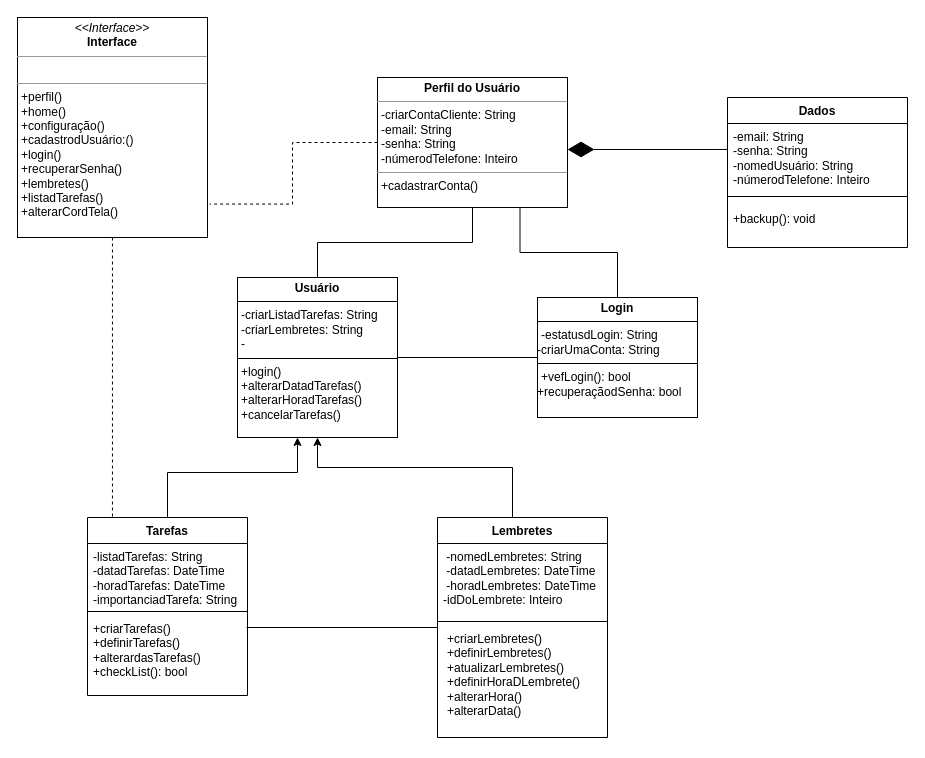
ICEI-PUC-Minas-PMV-ADS/pmv-ads-2024-1-e2-proj-int-t3-grupo03 keeps this draw.io diagram as docs/img/Diagrama de classe.drawio. Above is the earlier version. Source tidied: cells renumbered, new cells numbered last; positions are measured from the earlier drawing's top-left corner, leaving out a move shared by most shapes. Both pictures are drawn from the tidied source at 100%, with x=0, y=0 at pixel (17, 17).
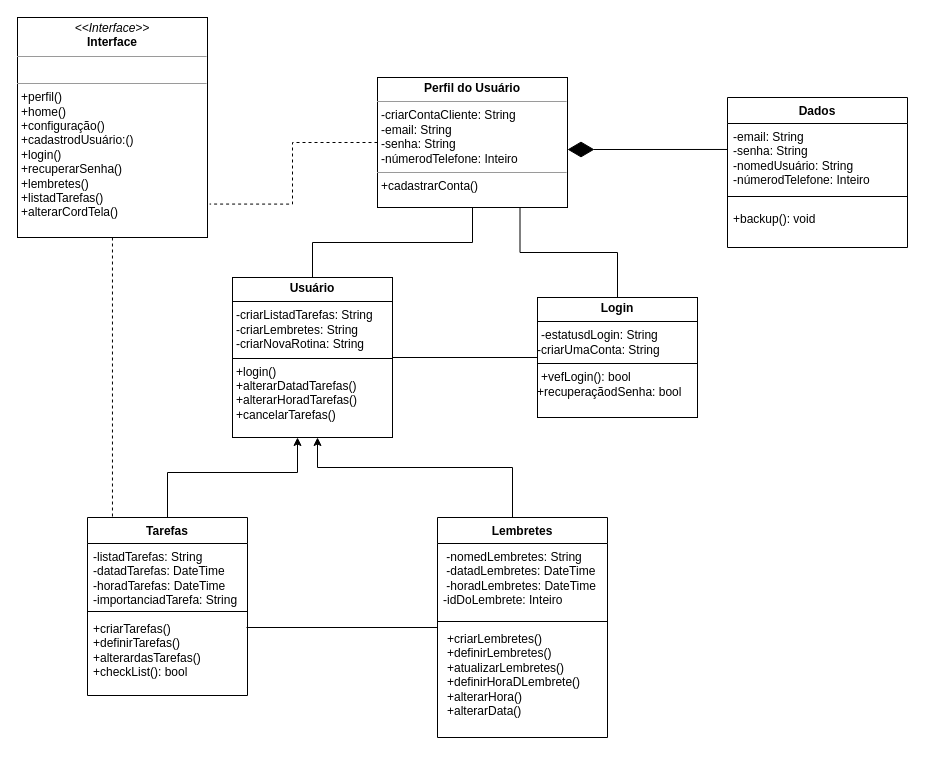
The same diagram, later.

Commit message:
Diagrama de classe KIPA.drawio

Diff of the diagram source:
```diff
@@
-    <mxCell id="17" value="&lt;p style=&quot;margin:0px;margin-top:4px;text-align:center;&quot;&gt;&lt;b&gt;Usuário&lt;/b&gt;&lt;/p&gt;&lt;hr size=&quot;1&quot; style=&quot;border-style:solid;&quot;&gt;&lt;p style=&quot;margin:0px;margin-left:4px;&quot;&gt;&lt;span style=&quot;background-color: initial;&quot;&gt;-criarListadTarefas: String&lt;/span&gt;&lt;br&gt;&lt;/p&gt;&lt;p style=&quot;margin:0px;margin-left:4px;&quot;&gt;-criarLembretes: String&lt;/p&gt;&lt;p style=&quot;margin:0px;margin-left:4px;&quot;&gt;-&lt;/p&gt;&lt;hr size=&quot;1&quot; style=&quot;border-style:solid;&quot;&gt;&lt;p style=&quot;margin: 0px 0px 0px 4px;&quot;&gt;+login()&lt;/p&gt;&lt;p style=&quot;margin: 0px 0px 0px 4px;&quot;&gt;+alterarDatadTarefas()&lt;/p&gt;&lt;p style=&quot;margin: 0px 0px 0px 4px;&quot;&gt;+alterarHoradTarefas()&lt;/p&gt;&lt;p style=&quot;margin: 0px 0px 0px 4px;&quot;&gt;+cancelarTarefas()&lt;/p&gt;&lt;p style=&quot;margin: 0px 0px 0px 4px;&quot;&gt;&lt;br&gt;&lt;/p&gt;" style="verticalAlign=top;align=left;overflow=fill;html=1;whiteSpace=wrap;" parent="1" vertex="1">
-      <mxGeometry x="220" y="260" width="160" height="160" as="geometry" />
+    <mxCell id="17" value="&lt;p style=&quot;margin:0px;margin-top:4px;text-align:center;&quot;&gt;&lt;b&gt;Usuário&lt;/b&gt;&lt;/p&gt;&lt;hr size=&quot;1&quot; style=&quot;border-style:solid;&quot;&gt;&lt;p style=&quot;margin:0px;margin-left:4px;&quot;&gt;&lt;span style=&quot;background-color: initial;&quot;&gt;-criarListadTarefas: String&lt;/span&gt;&lt;br&gt;&lt;/p&gt;&lt;p style=&quot;margin:0px;margin-left:4px;&quot;&gt;-criarLembretes: String&lt;/p&gt;&lt;p style=&quot;margin:0px;margin-left:4px;&quot;&gt;-criarNovaRotina: String&lt;/p&gt;&lt;hr size=&quot;1&quot; style=&quot;border-style:solid;&quot;&gt;&lt;p style=&quot;margin: 0px 0px 0px 4px;&quot;&gt;+login()&lt;/p&gt;&lt;p style=&quot;margin: 0px 0px 0px 4px;&quot;&gt;+alterarDatadTarefas()&lt;/p&gt;&lt;p style=&quot;margin: 0px 0px 0px 4px;&quot;&gt;+alterarHoradTarefas()&lt;/p&gt;&lt;p style=&quot;margin: 0px 0px 0px 4px;&quot;&gt;+cancelarTarefas()&lt;/p&gt;&lt;p style=&quot;margin: 0px 0px 0px 4px;&quot;&gt;&lt;br&gt;&lt;/p&gt;" style="verticalAlign=top;align=left;overflow=fill;html=1;whiteSpace=wrap;" parent="1" vertex="1">
+      <mxGeometry x="215" y="260" width="160" height="160" as="geometry" />
     </mxCell>
```
